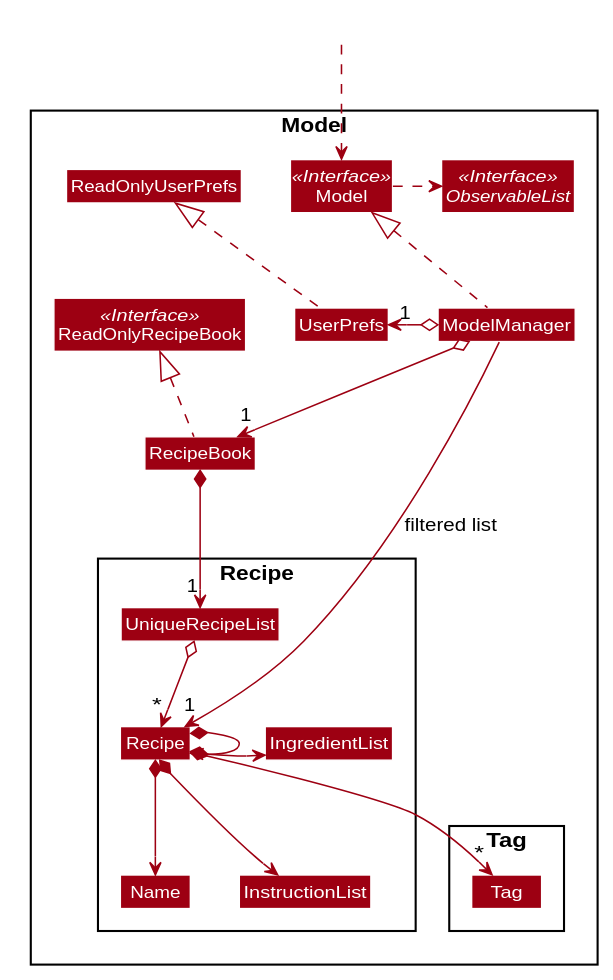
Before: docs/images/ModelClassDiagram.svg, a diagram exported from PlantUML (nus-cs2103-AY1920S2/addressbook-level3). The source it was exported from:
```plantuml
@startuml








skinparam BackgroundColor #FFFFFFF

skinparam Shadowing false

skinparam Class {
    FontColor #FFFFFF
    BorderThickness 1
    BorderColor #FFFFFF
    StereotypeFontColor #FFFFFF
    FontName Arial
}

skinparam Actor {
    BorderColor #000000
    Color #000000
    FontName Arial
}

skinparam Sequence {
    MessageAlign center
    BoxFontSize 15
    BoxPadding 0
    BoxFontColor #FFFFFF
    FontName Arial
}

skinparam Participant {
    FontColor #FFFFFFF
    Padding 20
}

skinparam MinClassWidth 50
skinparam ParticipantPadding 10
skinparam Shadowing false
skinparam DefaultTextAlignment center
skinparam packageStyle Rectangle

hide footbox
hide members
hide circle

skinparam arrowThickness 1.1
skinparam arrowColor #9D0012
skinparam classBackgroundColor #9D0012

Package Model <<Rectangle>>{
Interface ReadOnlyRecipeBook <<Interface>>
Interface Model <<Interface>>
Interface ObservableList <<Interface>>
Class RecipeBook
Class ReadOnlyRecipeBook
Class Model
Class ModelManager
Class UserPrefs
Class ReadOnlyUserPrefs

Package Recipe {
Class Recipe
Class Recipe
Class IngredientList
Class Name
Class InstructionList
Class UniqueRecipeList
}

Package Tag {
Class Tag
}
}

Class HiddenOutside #FFFFFF
HiddenOutside ..> Model

RecipeBook .up.|> ReadOnlyRecipeBook

ModelManager .up.|> Model
Model .right.> ObservableList
ModelManager o--> "1" RecipeBook
ModelManager o-left-> "1" UserPrefs
UserPrefs .up.|> ReadOnlyUserPrefs

RecipeBook *--> "1" UniqueRecipeList
UniqueRecipeList o--> "*" Recipe
Recipe *--> Name
Recipe *--> InstructionList
Recipe *--> IngredientList
Recipe *--> Recipe
Recipe *--> "*" Tag

Name -[hidden]right-> InstructionList
InstructionList -[hidden]right-> Recipe
Recipe -[hidden]right-> IngredientList

ModelManager -->"1" Recipe : filtered list
@enduml
```
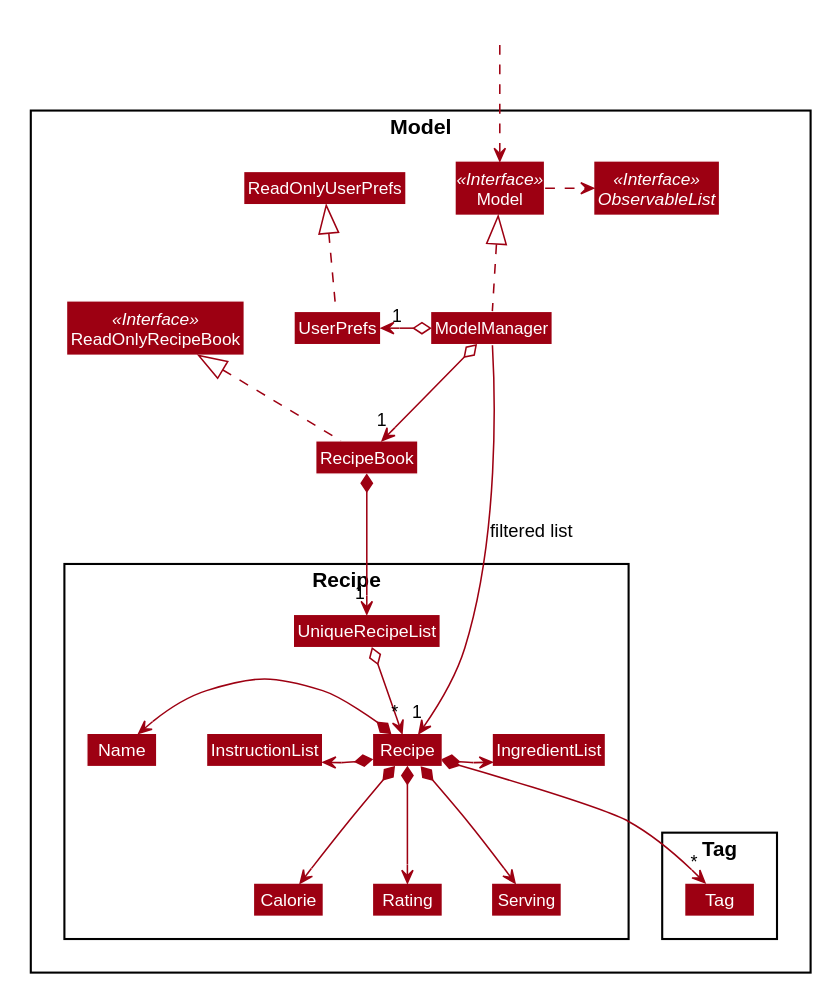
Above is the later version.

Change to the diagram source:
```diff
@@ -1,4 +1,4 @@
-@startuml
+@startuml ModelClassDiagram
 
 
 
@@ -47,7 +47,6 @@
 hide footbox
 hide members
 hide circle
-
 skinparam arrowThickness 1.1
 skinparam arrowColor #9D0012
 skinparam classBackgroundColor #9D0012
@@ -64,11 +63,13 @@
 Class ReadOnlyUserPrefs
 
 Package Recipe {
+Class Calorie
+Class IngredientList
+Class InstructionList
+Class Name
 Class Recipe
-Class Recipe
-Class IngredientList
-Class Name
-Class InstructionList
+Class Rating
+Class Serving
 Class UniqueRecipeList
 }
 
@@ -90,10 +91,12 @@
 
 RecipeBook *--> "1" UniqueRecipeList
 UniqueRecipeList o--> "*" Recipe
-Recipe *--> Name
-Recipe *--> InstructionList
-Recipe *--> IngredientList
-Recipe *--> Recipe
+Recipe *-left-> Name
+Recipe *-left-> InstructionList
+Recipe *-left-> IngredientList
+Recipe *-down-> Calorie
+Recipe *--> Serving
+Recipe *--> Rating
 Recipe *--> "*" Tag
 
 Name -[hidden]right-> InstructionList
```
